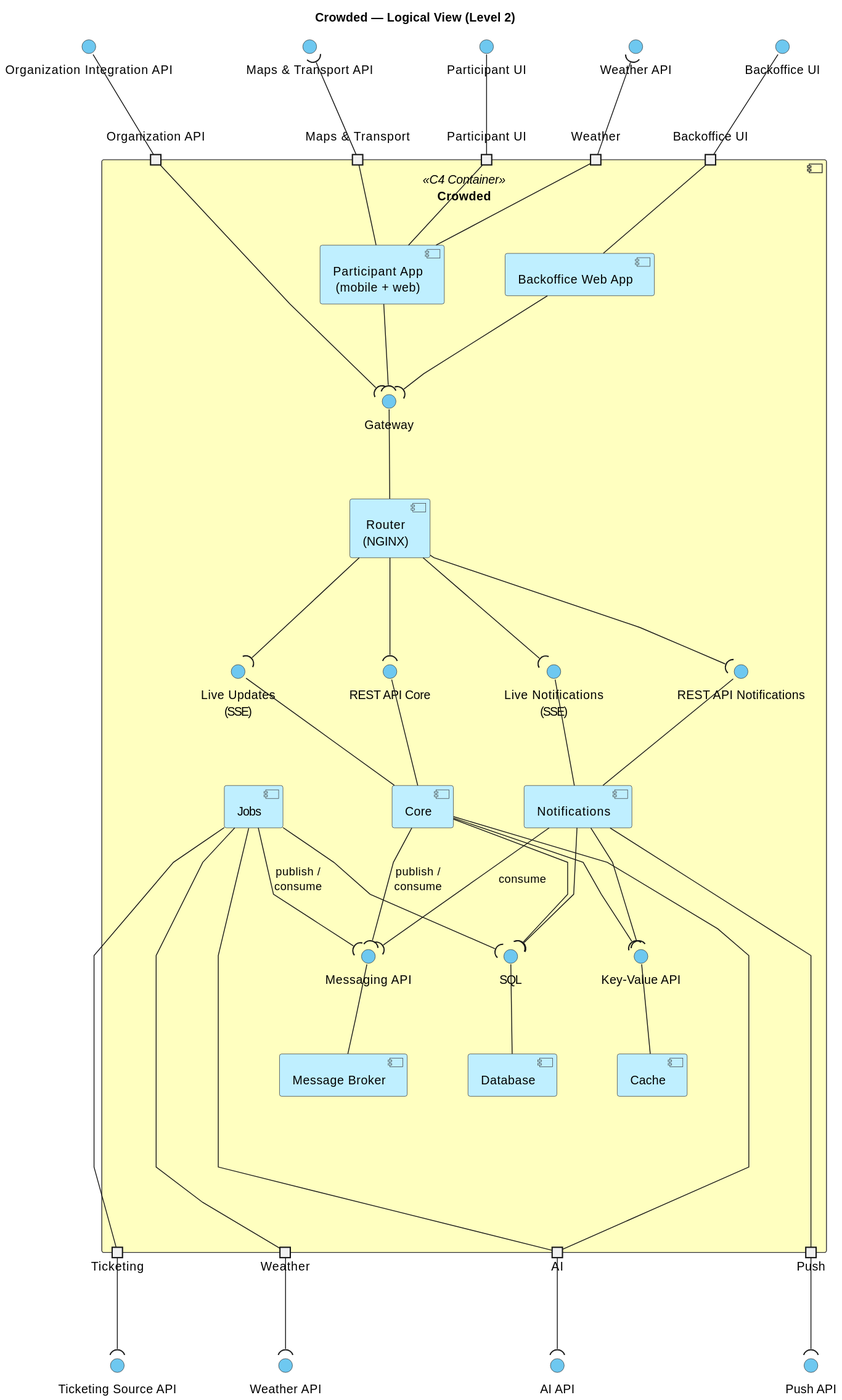
Before: docs/deliverables/diagrams/logical-view-level-2.svg, a diagram exported from PlantUML (andrereis26/crowded-labdsof).
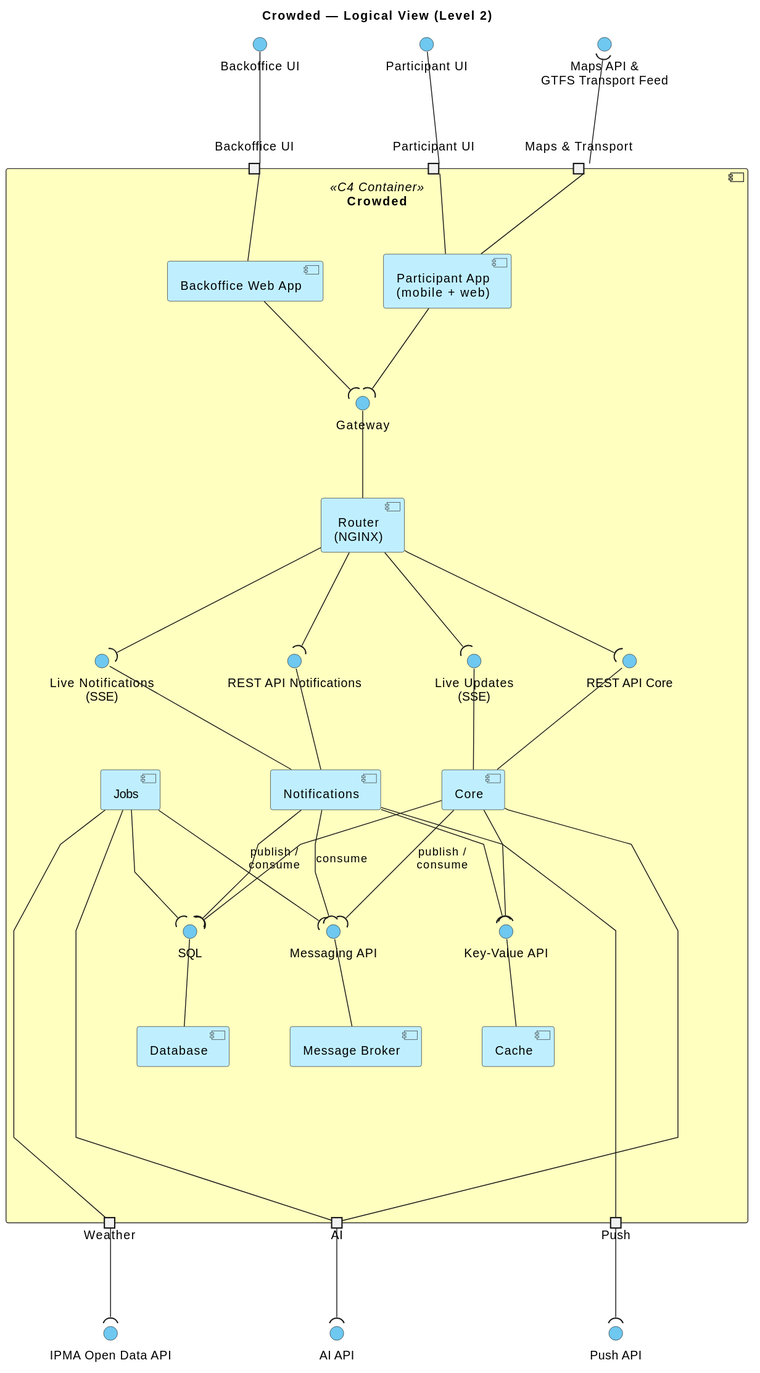
The same diagram one commit later.

Change to the diagram source:
```diff
@@ -26,13 +26,10 @@
 
 
 
-() "Ticketing Source API" as ITicketing
-() "Maps & Transport API" as IMaps
-() "Weather API" as IWeatherMobile
-() "Weather API" as IWeather
+() "Maps API &\nGTFS Transport Feed" as IMaps
+() "IPMA Open Data API" as IWeather
 () "AI API" as IAI
 () "Push API" as IPush
-() "Organization Integration API" as IOrgIntegration
 () "Participant UI" as MobileUI
 () "Backoffice UI" as BackofficeUI
 
@@ -40,11 +37,8 @@
 
   portin "Participant UI" as pMobileUI
   portin "Backoffice UI" as pBackofficeUI
-  portin "Organization API" as pOrgApi
   portin "Maps & Transport" as pMaps
-  portin "Weather" as pMobileWeather
 
-  portout "Ticketing" as pTicketing
   portout "Weather" as pWeather
   portout "AI" as pAI
   portout "Push" as pPush
@@ -79,7 +73,6 @@
   Router -up- IGateway
   Mobile -down-( IGateway
   Backoffice -down-( IGateway
-  pOrgApi -down-( IGateway
 
   Core -up- ICoreApi
   Core -up- ICoreLive
@@ -104,13 +97,11 @@
   Core -down-( IKeyValue
   Notifications -down-( IKeyValue
 
-  Jobs -down---- pTicketing
   Jobs -down---- pWeather
   Core -down---- pAI
   Jobs -down---- pAI
   Notifications -down---- pPush
   Mobile -up- pMaps
-  Mobile -up- pMobileWeather
 
   Jobs -[hidden]right- Core
   Core -[hidden]right- Notifications
@@ -120,11 +111,8 @@
 
 pMobileUI -up- MobileUI
 pBackofficeUI -up- BackofficeUI
-pOrgApi -up- IOrgIntegration
-pTicketing -down-( ITicketing
 pWeather -down-( IWeather
 pAI -down-( IAI
 pPush -down-( IPush
 pMaps -up-( IMaps
-pMobileWeather -up-( IWeatherMobile
 @enduml
```
